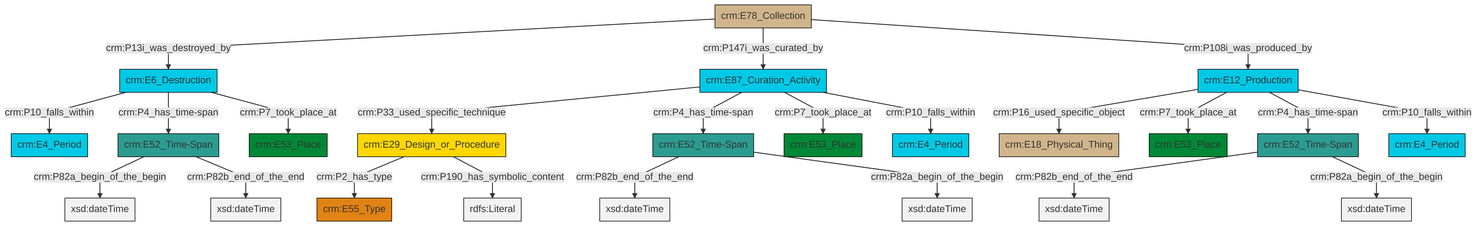
Before: et/archivalCSV/ttl/mmd/png/archival_existence.png, a diagram exported from Mermaid (swiss-art-research-net/docs.swissartresearch). Its source is kept beside it as et/archivalCSV/ttl/mmd/archival_existence.ttl.mmd.
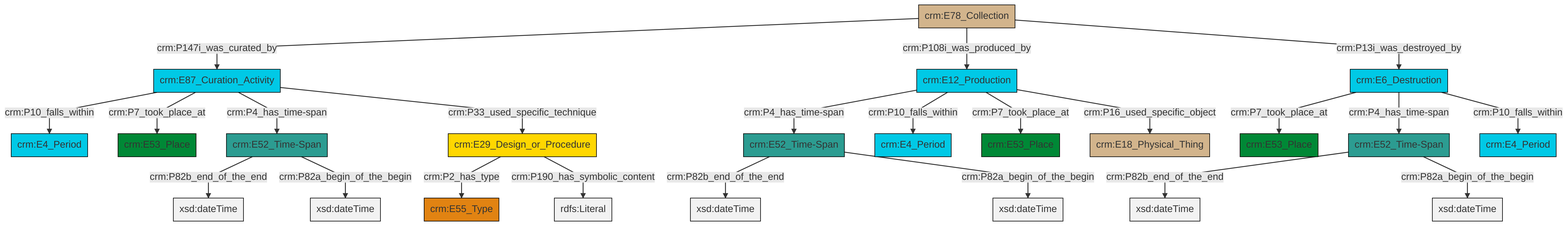
Later version of the same file.

Diff of the diagram source:
```diff
@@ -13,25 +13,25 @@
 classDef PC_Classes fill:#4ce600, stroke:#000000;
 classDef Multi fill:#cccccc,stroke:#000000;
 
-0["crm:E78_Collection"]:::Physical_Thing -->|crm:P13i_was_destroyed_by| 1["crm:E6_Destruction"]:::Temporal_Entity
-1["crm:E6_Destruction"]:::Temporal_Entity -->|crm:P10_falls_within| 2["crm:E4_Period"]:::Temporal_Entity
-3["crm:E12_Production"]:::Temporal_Entity -->|crm:P16_used_specific_object| 4["crm:E18_Physical_Thing"]:::Physical_Thing
-1["crm:E6_Destruction"]:::Temporal_Entity -->|crm:P4_has_time-span| 5["crm:E52_Time-Span"]:::Time-Span
-8["crm:E87_Curation_Activity"]:::Temporal_Entity -->|crm:P33_used_specific_technique| 9["crm:E29_Design_or_Procedure"]:::Conceptual_Object
-1["crm:E6_Destruction"]:::Temporal_Entity -->|crm:P7_took_place_at| 11["crm:E53_Place"]:::Place
-8["crm:E87_Curation_Activity"]:::Temporal_Entity -->|crm:P4_has_time-span| 12["crm:E52_Time-Span"]:::Time-Span
-12["crm:E52_Time-Span"]:::Time-Span -->|crm:P82b_end_of_the_end| 14[xsd:dateTime]:::Literal
-3["crm:E12_Production"]:::Temporal_Entity -->|crm:P7_took_place_at| 15["crm:E53_Place"]:::Place
-3["crm:E12_Production"]:::Temporal_Entity -->|crm:P4_has_time-span| 16["crm:E52_Time-Span"]:::Time-Span
-8["crm:E87_Curation_Activity"]:::Temporal_Entity -->|crm:P7_took_place_at| 20["crm:E53_Place"]:::Place
-0["crm:E78_Collection"]:::Physical_Thing -->|crm:P147i_was_curated_by| 8["crm:E87_Curation_Activity"]:::Temporal_Entity
-12["crm:E52_Time-Span"]:::Time-Span -->|crm:P82a_begin_of_the_begin| 24[xsd:dateTime]:::Literal
-16["crm:E52_Time-Span"]:::Time-Span -->|crm:P82b_end_of_the_end| 25[xsd:dateTime]:::Literal
-9["crm:E29_Design_or_Procedure"]:::Conceptual_Object -->|crm:P2_has_type| 27["crm:E55_Type"]:::Type
-8["crm:E87_Curation_Activity"]:::Temporal_Entity -->|crm:P10_falls_within| 6["crm:E4_Period"]:::Temporal_Entity
-16["crm:E52_Time-Span"]:::Time-Span -->|crm:P82a_begin_of_the_begin| 30[xsd:dateTime]:::Literal
-0["crm:E78_Collection"]:::Physical_Thing -->|crm:P108i_was_produced_by| 3["crm:E12_Production"]:::Temporal_Entity
-3["crm:E12_Production"]:::Temporal_Entity -->|crm:P10_falls_within| 31["crm:E4_Period"]:::Temporal_Entity
-5["crm:E52_Time-Span"]:::Time-Span -->|crm:P82a_begin_of_the_begin| 32[xsd:dateTime]:::Literal
-9["crm:E29_Design_or_Procedure"]:::Conceptual_Object -->|crm:P190_has_symbolic_content| 33[rdfs:Literal]:::Literal
-5["crm:E52_Time-Span"]:::Time-Span -->|crm:P82b_end_of_the_end| 36[xsd:dateTime]:::Literal
+0["crm:E12_Production"]:::Temporal_Entity -->|crm:P4_has_time-span| 1["crm:E52_Time-Span"]:::Time-Span
+1["crm:E52_Time-Span"]:::Time-Span -->|crm:P82b_end_of_the_end| 2[xsd:dateTime]:::Literal
+5["crm:E52_Time-Span"]:::Time-Span -->|crm:P82b_end_of_the_end| 6[xsd:dateTime]:::Literal
+7["crm:E52_Time-Span"]:::Time-Span -->|crm:P82b_end_of_the_end| 8[xsd:dateTime]:::Literal
+11["crm:E29_Design_or_Procedure"]:::Conceptual_Object -->|crm:P2_has_type| 12["crm:E55_Type"]:::Type
+13["crm:E87_Curation_Activity"]:::Temporal_Entity -->|crm:P10_falls_within| 14["crm:E4_Period"]:::Temporal_Entity
+15["crm:E6_Destruction"]:::Temporal_Entity -->|crm:P7_took_place_at| 16["crm:E53_Place"]:::Place
+17["crm:E78_Collection"]:::Physical_Thing -->|crm:P147i_was_curated_by| 13["crm:E87_Curation_Activity"]:::Temporal_Entity
+0["crm:E12_Production"]:::Temporal_Entity -->|crm:P10_falls_within| 18["crm:E4_Period"]:::Temporal_Entity
+0["crm:E12_Production"]:::Temporal_Entity -->|crm:P7_took_place_at| 20["crm:E53_Place"]:::Place
+11["crm:E29_Design_or_Procedure"]:::Conceptual_Object -->|crm:P190_has_symbolic_content| 23[rdfs:Literal]:::Literal
+15["crm:E6_Destruction"]:::Temporal_Entity -->|crm:P4_has_time-span| 7["crm:E52_Time-Span"]:::Time-Span
+13["crm:E87_Curation_Activity"]:::Temporal_Entity -->|crm:P7_took_place_at| 9["crm:E53_Place"]:::Place
+17["crm:E78_Collection"]:::Physical_Thing -->|crm:P108i_was_produced_by| 0["crm:E12_Production"]:::Temporal_Entity
+7["crm:E52_Time-Span"]:::Time-Span -->|crm:P82a_begin_of_the_begin| 29[xsd:dateTime]:::Literal
+0["crm:E12_Production"]:::Temporal_Entity -->|crm:P16_used_specific_object| 3["crm:E18_Physical_Thing"]:::Physical_Thing
+5["crm:E52_Time-Span"]:::Time-Span -->|crm:P82a_begin_of_the_begin| 30[xsd:dateTime]:::Literal
+15["crm:E6_Destruction"]:::Temporal_Entity -->|crm:P10_falls_within| 31["crm:E4_Period"]:::Temporal_Entity
+13["crm:E87_Curation_Activity"]:::Temporal_Entity -->|crm:P4_has_time-span| 5["crm:E52_Time-Span"]:::Time-Span
+1["crm:E52_Time-Span"]:::Time-Span -->|crm:P82a_begin_of_the_begin| 37[xsd:dateTime]:::Literal
+13["crm:E87_Curation_Activity"]:::Temporal_Entity -->|crm:P33_used_specific_technique| 11["crm:E29_Design_or_Procedure"]:::Conceptual_Object
+17["crm:E78_Collection"]:::Physical_Thing -->|crm:P13i_was_destroyed_by| 15["crm:E6_Destruction"]:::Temporal_Entity
```
